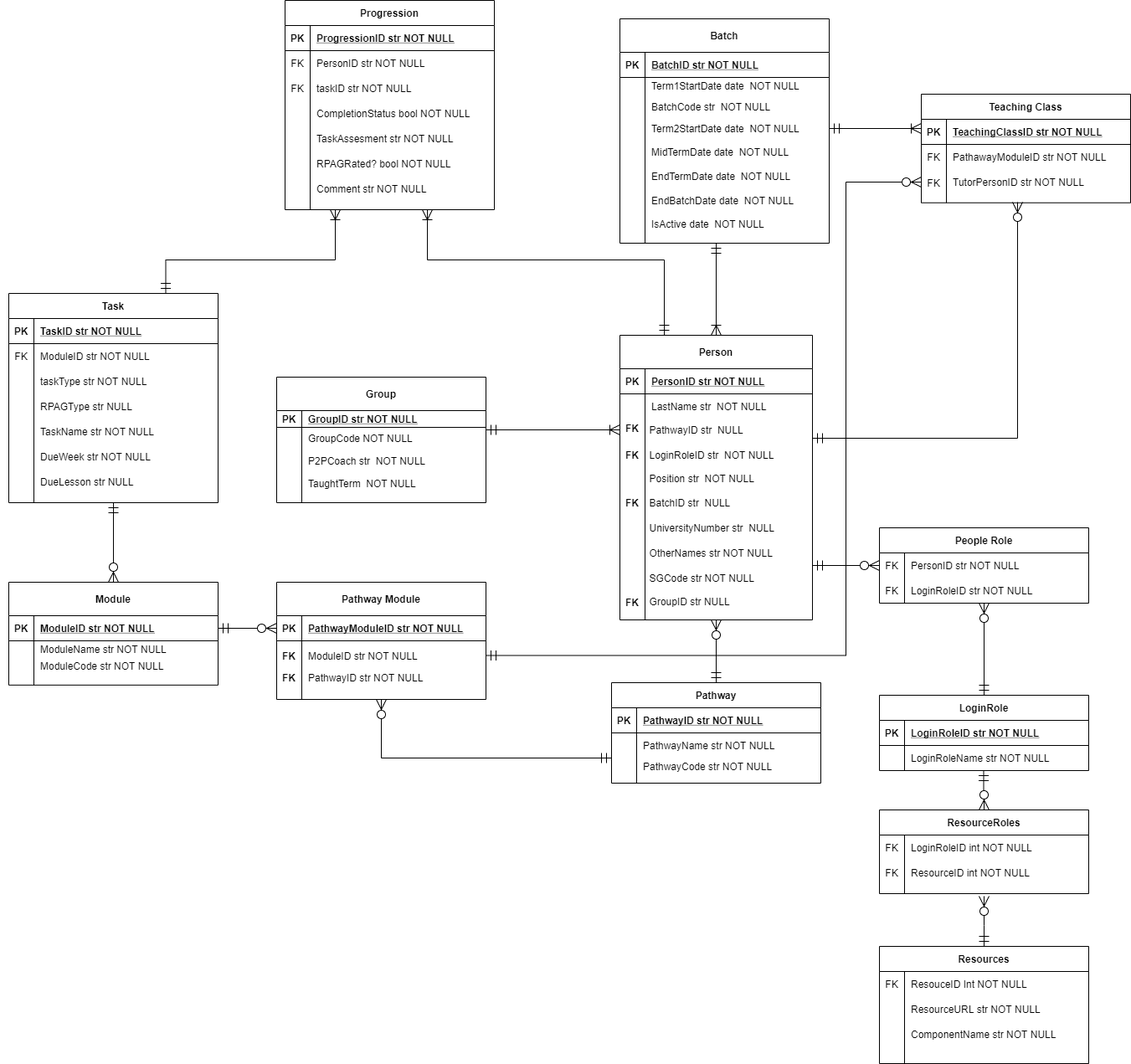
This is 2021/mongodb/HackathonERD.png from JohnAPedagogy/ProgressiveStudentHackathon, a draw.io export, as it was before one commit. Source tidied: cells renumbered, new cells last; positions are measured from the earlier drawing's top-left corner, leaving out a move shared by most shapes.
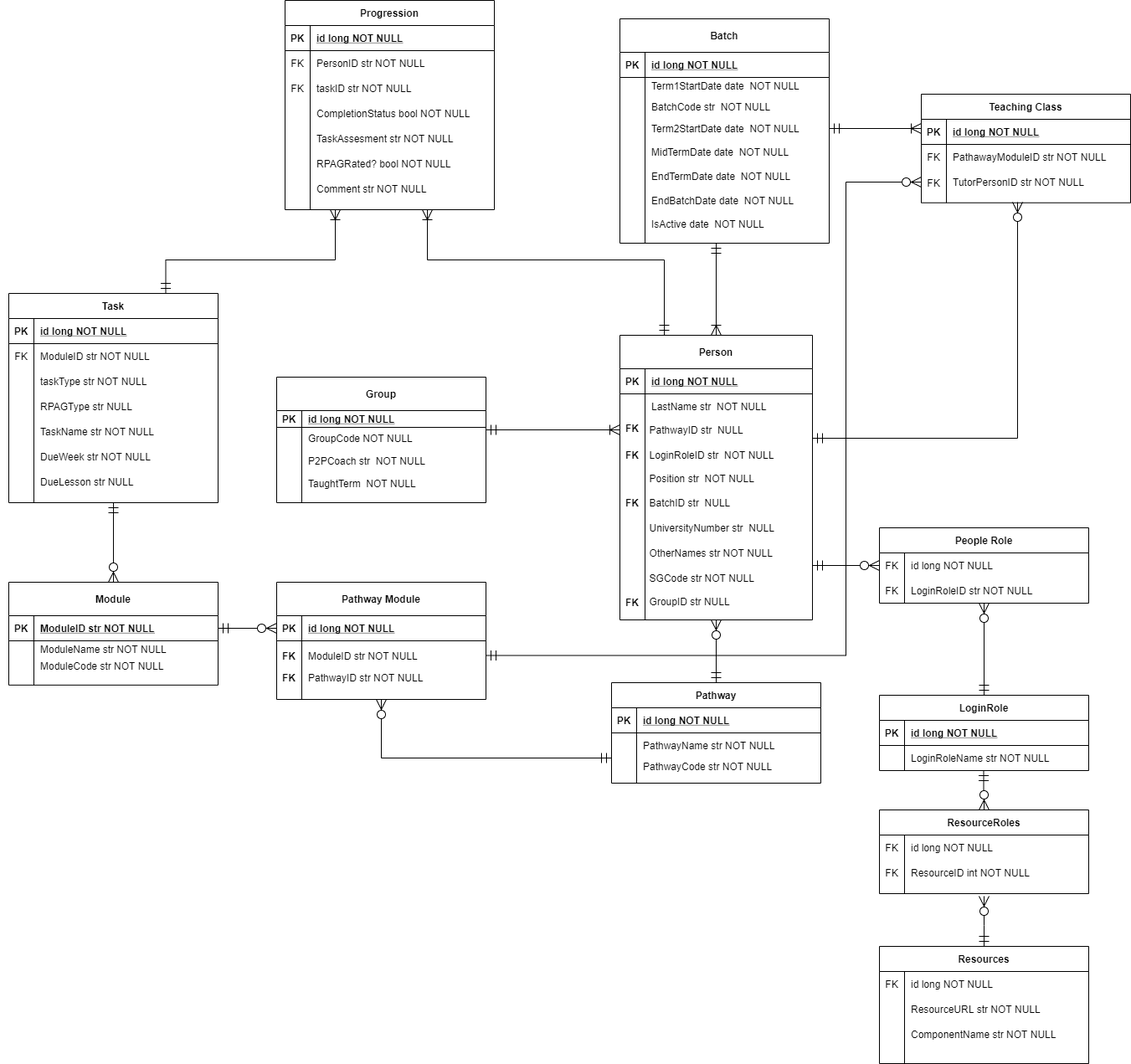
Above is the later version.

Change to the diagram source:
```diff
@@ -16,7 +16,7 @@
     <mxCell id="5" value="PK" style="shape=partialRectangle;overflow=hidden;fillColor=none;top=0;left=0;bottom=0;right=0;fontStyle=1;" parent="4" vertex="1">
       <mxGeometry width="30" height="30" as="geometry" />
     </mxCell>
-    <mxCell id="6" value="PathwayID str NOT NULL" style="shape=partialRectangle;overflow=hidden;fillColor=none;top=0;left=0;bottom=0;right=0;align=left;spacingLeft=6;fontStyle=5;" parent="4" vertex="1">
+    <mxCell id="6" value="id long NOT NULL" style="shape=partialRectangle;overflow=hidden;fillColor=none;top=0;left=0;bottom=0;right=0;align=left;spacingLeft=6;fontStyle=5;" parent="4" vertex="1">
       <mxGeometry x="30" width="220" height="30" as="geometry" />
     </mxCell>
     <mxCell id="7" style="shape=partialRectangle;fillColor=none;top=0;left=0;right=0;bottom=0;" parent="3" vertex="1">
@@ -49,7 +49,7 @@
     <mxCell id="16" value="PK" style="shape=partialRectangle;overflow=hidden;fillColor=none;top=0;left=0;bottom=0;right=0;fontStyle=1;" parent="15" vertex="1">
       <mxGeometry width="30" height="30" as="geometry" />
     </mxCell>
-    <mxCell id="17" value="PersonID str NOT NULL" style="shape=partialRectangle;overflow=hidden;fillColor=none;top=0;left=0;bottom=0;right=0;align=left;spacingLeft=6;fontStyle=5;" parent="15" vertex="1">
+    <mxCell id="17" value="id long NOT NULL" style="shape=partialRectangle;overflow=hidden;fillColor=none;top=0;left=0;bottom=0;right=0;align=left;spacingLeft=6;fontStyle=5;" parent="15" vertex="1">
       <mxGeometry x="30" width="200" height="30" as="geometry" />
     </mxCell>
     <mxCell id="18" style="shape=partialRectangle;fillColor=none;top=0;left=0;right=0;bottom=0;" parent="14" vertex="1">
@@ -109,7 +109,7 @@
     <mxCell id="36" value="PK" style="shape=partialRectangle;overflow=hidden;fillColor=none;top=0;left=0;bottom=0;right=0;fontStyle=1;" parent="35" vertex="1">
       <mxGeometry width="30" height="30" as="geometry" />
     </mxCell>
-    <mxCell id="37" value="BatchID str NOT NULL" style="shape=partialRectangle;overflow=hidden;fillColor=none;top=0;left=0;bottom=0;right=0;align=left;spacingLeft=6;fontStyle=5;" parent="35" vertex="1">
+    <mxCell id="37" value="id long NOT NULL" style="shape=partialRectangle;overflow=hidden;fillColor=none;top=0;left=0;bottom=0;right=0;align=left;spacingLeft=6;fontStyle=5;" parent="35" vertex="1">
       <mxGeometry x="30" width="220" height="30" as="geometry" />
     </mxCell>
     <mxCell id="38" style="shape=partialRectangle;fillColor=none;top=0;left=0;right=0;bottom=0;" parent="34" vertex="1">
@@ -160,7 +160,7 @@
     <mxCell id="53" value="PK" style="shape=partialRectangle;overflow=hidden;fillColor=none;top=0;left=0;bottom=0;right=0;fontStyle=1;" parent="52" vertex="1">
       <mxGeometry width="30" height="20" as="geometry" />
     </mxCell>
-    <mxCell id="54" value="GroupID str NOT NULL" style="shape=partialRectangle;overflow=hidden;fillColor=none;top=0;left=0;bottom=0;right=0;align=left;spacingLeft=6;fontStyle=5;" parent="52" vertex="1">
+    <mxCell id="54" value="id long NOT NULL" style="shape=partialRectangle;overflow=hidden;fillColor=none;top=0;left=0;bottom=0;right=0;align=left;spacingLeft=6;fontStyle=5;" parent="52" vertex="1">
       <mxGeometry x="30" width="220" height="20" as="geometry" />
     </mxCell>
     <mxCell id="55" style="shape=partialRectangle;fillColor=none;top=0;left=0;right=0;bottom=0;" parent="51" vertex="1">
@@ -202,7 +202,7 @@
     <mxCell id="67" value="PK" style="shape=partialRectangle;overflow=hidden;fillColor=none;top=0;left=0;bottom=0;right=0;fontStyle=1;" parent="66" vertex="1">
       <mxGeometry width="30" height="30" as="geometry" />
     </mxCell>
-    <mxCell id="68" value="PathwayModuleID str NOT NULL" style="shape=partialRectangle;overflow=hidden;fillColor=none;top=0;left=0;bottom=0;right=0;align=left;spacingLeft=6;fontStyle=5;" parent="66" vertex="1">
+    <mxCell id="68" value="id long NOT NULL" style="shape=partialRectangle;overflow=hidden;fillColor=none;top=0;left=0;bottom=0;right=0;align=left;spacingLeft=6;fontStyle=5;" parent="66" vertex="1">
       <mxGeometry x="30" width="220" height="30" as="geometry" />
     </mxCell>
     <mxCell id="69" style="shape=partialRectangle;fillColor=none;points=[[0,0.5],[1,0.5]];portConstraint=eastwest;top=0;left=0;right=0;bottom=0;" parent="65" vertex="1">
@@ -238,7 +238,7 @@
     <mxCell id="79" value="PK" style="shape=partialRectangle;overflow=hidden;fillColor=none;top=0;left=0;bottom=0;right=0;fontStyle=1;" parent="78" vertex="1">
       <mxGeometry width="30" height="30" as="geometry" />
     </mxCell>
-    <mxCell id="80" value="TaskID str NOT NULL " style="shape=partialRectangle;overflow=hidden;fillColor=none;top=0;left=0;bottom=0;right=0;align=left;spacingLeft=6;fontStyle=5;" parent="78" vertex="1">
+    <mxCell id="80" value="id long NOT NULL " style="shape=partialRectangle;overflow=hidden;fillColor=none;top=0;left=0;bottom=0;right=0;align=left;spacingLeft=6;fontStyle=5;" parent="78" vertex="1">
       <mxGeometry x="30" width="220" height="30" as="geometry" />
     </mxCell>
     <mxCell id="81" style="shape=partialRectangle;fillColor=none;top=0;left=0;right=0;bottom=0;" parent="77" vertex="1">
@@ -283,7 +283,7 @@
     <mxCell id="94" value="PK" style="shape=partialRectangle;overflow=hidden;fillColor=none;top=0;left=0;bottom=0;right=0;fontStyle=1;" parent="93" vertex="1">
       <mxGeometry width="30" height="30" as="geometry" />
     </mxCell>
-    <mxCell id="95" value="ProgressionID str NOT NULL" style="shape=partialRectangle;overflow=hidden;fillColor=none;top=0;left=0;bottom=0;right=0;align=left;spacingLeft=6;fontStyle=5;" parent="93" vertex="1">
+    <mxCell id="95" value="id long NOT NULL" style="shape=partialRectangle;overflow=hidden;fillColor=none;top=0;left=0;bottom=0;right=0;align=left;spacingLeft=6;fontStyle=5;" parent="93" vertex="1">
       <mxGeometry x="30" width="220" height="30" as="geometry" />
     </mxCell>
     <mxCell id="96" style="shape=partialRectangle;fillColor=none;top=0;left=0;right=0;bottom=0;" parent="92" vertex="1">
@@ -403,7 +403,7 @@
     <mxCell id="128" value="FK" style="shape=partialRectangle;overflow=hidden;fillColor=none;top=0;left=0;bottom=0;right=0;" parent="127" vertex="1">
       <mxGeometry width="30" height="30" as="geometry" />
     </mxCell>
-    <mxCell id="129" value="PersonID str NOT NULL" style="shape=partialRectangle;overflow=hidden;fillColor=none;top=0;left=0;bottom=0;right=0;align=left;spacingLeft=6;" parent="127" vertex="1">
+    <mxCell id="129" value="id long NOT NULL" style="shape=partialRectangle;overflow=hidden;fillColor=none;top=0;left=0;bottom=0;right=0;align=left;spacingLeft=6;" parent="127" vertex="1">
       <mxGeometry x="30" width="220" height="30" as="geometry" />
     </mxCell>
     <mxCell id="130" style="edgeStyle=orthogonalEdgeStyle;rounded=0;jettySize=auto;html=1;startArrow=ERmandOne;startFill=0;endArrow=ERzeroToMany;endFill=1;endSize=10;startSize=10;entryX=0;entryY=0.5;entryDx=0;entryDy=0;" parent="1" edge="1" target="127">
@@ -429,7 +429,7 @@
     <mxCell id="136" value="PK" style="shape=partialRectangle;overflow=hidden;fillColor=none;top=0;left=0;bottom=0;right=0;fontStyle=1;" parent="135" vertex="1">
       <mxGeometry width="30" height="30" as="geometry" />
     </mxCell>
-    <mxCell id="137" value="TeachingClassID str NOT NULL" style="shape=partialRectangle;overflow=hidden;fillColor=none;top=0;left=0;bottom=0;right=0;align=left;spacingLeft=6;fontStyle=5;" parent="135" vertex="1">
+    <mxCell id="137" value="id long NOT NULL" style="shape=partialRectangle;overflow=hidden;fillColor=none;top=0;left=0;bottom=0;right=0;align=left;spacingLeft=6;fontStyle=5;" parent="135" vertex="1">
       <mxGeometry x="30" width="220" height="30" as="geometry" />
     </mxCell>
     <mxCell id="138" style="shape=partialRectangle;fillColor=none;top=0;left=0;right=0;bottom=0;" parent="134" vertex="1">
@@ -502,7 +502,7 @@
     <mxCell id="154" value="PK" style="shape=partialRectangle;overflow=hidden;fillColor=none;top=0;left=0;bottom=0;right=0;fontStyle=1;" parent="153" vertex="1">
       <mxGeometry width="30" height="30" as="geometry" />
     </mxCell>
-    <mxCell id="155" value="LoginRoleID str NOT NULL" style="shape=partialRectangle;overflow=hidden;fillColor=none;top=0;left=0;bottom=0;right=0;align=left;spacingLeft=6;fontStyle=5;" parent="153" vertex="1">
+    <mxCell id="155" value="id long NOT NULL" style="shape=partialRectangle;overflow=hidden;fillColor=none;top=0;left=0;bottom=0;right=0;align=left;spacingLeft=6;fontStyle=5;" parent="153" vertex="1">
       <mxGeometry x="30" width="220" height="30" as="geometry" />
     </mxCell>
     <mxCell id="156" style="shape=partialRectangle;fillColor=none;top=0;left=0;right=0;bottom=0;" parent="152" vertex="1">
@@ -532,7 +532,7 @@
     <mxCell id="164" value="FK" style="shape=partialRectangle;overflow=hidden;fillColor=none;top=0;left=0;bottom=0;right=0;" parent="163" vertex="1">
       <mxGeometry width="30" height="30" as="geometry" />
     </mxCell>
-    <mxCell id="165" value="LoginRoleID int NOT NULL" style="shape=partialRectangle;overflow=hidden;fillColor=none;top=0;left=0;bottom=0;right=0;align=left;spacingLeft=6;" parent="163" vertex="1">
+    <mxCell id="165" value="id long NOT NULL" style="shape=partialRectangle;overflow=hidden;fillColor=none;top=0;left=0;bottom=0;right=0;align=left;spacingLeft=6;" parent="163" vertex="1">
       <mxGeometry x="30" width="220" height="30" as="geometry" />
     </mxCell>
     <mxCell id="166" style="shape=partialRectangle;fillColor=none;top=0;left=0;right=0;bottom=0;" parent="162" vertex="1">
@@ -553,7 +553,7 @@
     <mxCell id="171" value="FK" style="shape=partialRectangle;overflow=hidden;fillColor=none;top=0;left=0;bottom=0;right=0;" parent="170" vertex="1">
       <mxGeometry width="30" height="30" as="geometry" />
     </mxCell>
-    <mxCell id="172" value="ResouceID Int NOT NULL" style="shape=partialRectangle;overflow=hidden;fillColor=none;top=0;left=0;bottom=0;right=0;align=left;spacingLeft=6;" parent="170" vertex="1">
+    <mxCell id="172" value="id long NOT NULL" style="shape=partialRectangle;overflow=hidden;fillColor=none;top=0;left=0;bottom=0;right=0;align=left;spacingLeft=6;" parent="170" vertex="1">
       <mxGeometry x="30" width="220" height="30" as="geometry" />
     </mxCell>
     <mxCell id="173" style="shape=partialRectangle;fillColor=none;top=0;left=0;right=0;bottom=0;" parent="169" vertex="1">
```
